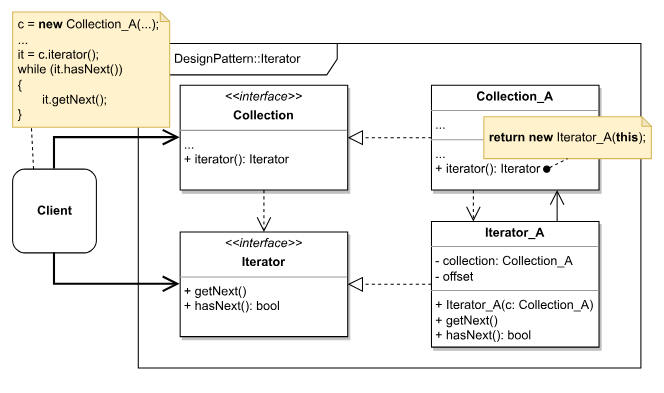
This is Iterator/Iterator.svg from safar-jn/design-patterns, a draw.io export, as it was before one commit. Source tidied: cells renumbered, new cells last; positions are measured from the earlier drawing's top-left corner, leaving out a move shared by most shapes. Its diagram source:
```xml
<mxGraphModel>
  <root>
    <mxCell id="0" />
    <mxCell id="1" parent="0" />
    <mxCell id="2" style="rounded=0;whiteSpace=wrap;html=1;strokeColor=none;" parent="1" vertex="1">
      <mxGeometry width="630" height="370" as="geometry" />
    </mxCell>
    <mxCell id="3" value="DesignPattern::Iterator" style="shape=umlFrame;whiteSpace=wrap;html=1;width=190;height=30;" parent="1" vertex="1">
      <mxGeometry x="130" y="40" width="480" height="310" as="geometry" />
    </mxCell>
    <mxCell id="4" value="&lt;p style=&quot;margin: 4px 0px 0px; text-align: center;&quot;&gt;&lt;i&gt;&amp;lt;&amp;lt;interface&amp;gt;&amp;gt;&lt;/i&gt;&lt;/p&gt;&lt;p style=&quot;margin: 4px 0px 0px; text-align: center;&quot;&gt;&lt;b&gt;Collection&lt;/b&gt;&lt;/p&gt;&lt;hr size=&quot;1&quot;&gt;&lt;p style=&quot;margin: 0px 0px 0px 4px;&quot;&gt;&lt;/p&gt;&lt;p style=&quot;margin: 0px 0px 0px 4px;&quot;&gt;...&lt;/p&gt;&lt;p style=&quot;margin: 0px 0px 0px 4px;&quot;&gt;+ iterator(): Iterator&lt;/p&gt;&lt;p style=&quot;margin: 0px 0px 0px 4px;&quot;&gt;&lt;br&gt;&lt;/p&gt;" style="verticalAlign=top;align=left;overflow=fill;fontSize=12;fontFamily=Helvetica;html=1;shadow=1;" parent="1" vertex="1">
      <mxGeometry x="170" y="80" width="160" height="100" as="geometry" />
    </mxCell>
    <mxCell id="5" value="&lt;b&gt;Client&lt;/b&gt;" style="html=1;shadow=0;rounded=1;" parent="1" vertex="1">
      <mxGeometry x="10" y="160" width="80" height="80" as="geometry" />
    </mxCell>
    <mxCell id="6" style="endArrow=open;endFill=1;endSize=12;html=1;rounded=0;entryX=0;entryY=0.5;entryDx=0;entryDy=0;strokeWidth=2;exitX=0.5;exitY=0;exitDx=0;exitDy=0;" parent="1" edge="1" source="5" target="4">
      <mxGeometry relative="1" as="geometry">
        <Array as="points">
          <mxPoint x="50" y="130" />
        </Array>
      </mxGeometry>
    </mxCell>
    <mxCell id="7" value="&lt;p style=&quot;margin: 4px 0px 0px; text-align: center;&quot;&gt;&lt;i&gt;&amp;lt;&amp;lt;interface&amp;gt;&amp;gt;&lt;/i&gt;&lt;/p&gt;&lt;p style=&quot;margin: 4px 0px 0px; text-align: center;&quot;&gt;&lt;b&gt;Iterator&lt;/b&gt;&lt;/p&gt;&lt;hr size=&quot;1&quot;&gt;&lt;p style=&quot;margin: 0px 0px 0px 4px;&quot;&gt;&lt;/p&gt;&lt;p style=&quot;margin: 0px 0px 0px 4px;&quot;&gt;+ getNext()&lt;/p&gt;&lt;p style=&quot;margin: 0px 0px 0px 4px;&quot;&gt;+ hasNext(): bool&lt;/p&gt;" style="verticalAlign=top;align=left;overflow=fill;fontSize=12;fontFamily=Helvetica;html=1;shadow=1;" parent="1" vertex="1">
      <mxGeometry x="170" y="220" width="160" height="100" as="geometry" />
    </mxCell>
    <mxCell id="8" style="endArrow=open;endFill=1;endSize=12;html=1;rounded=0;entryX=0;entryY=0.5;entryDx=0;entryDy=0;strokeWidth=2;exitX=0.5;exitY=1;exitDx=0;exitDy=0;" parent="1" edge="1" source="5" target="7">
      <mxGeometry relative="1" as="geometry">
        <Array as="points">
          <mxPoint x="50" y="270" />
        </Array>
      </mxGeometry>
    </mxCell>
    <mxCell id="9" value="&lt;p style=&quot;margin:0px;margin-top:4px;text-align:center;&quot;&gt;&lt;b style=&quot;background-color: initial;&quot;&gt;Collection_A&lt;/b&gt;&lt;br&gt;&lt;/p&gt;&lt;hr size=&quot;1&quot;&gt;&lt;p style=&quot;margin:0px;margin-left:4px;&quot;&gt;&lt;/p&gt;&lt;p style=&quot;margin:0px;margin-left:4px;&quot;&gt;...&lt;/p&gt;&lt;hr size=&quot;1&quot;&gt;&lt;p style=&quot;margin: 0px 0px 0px 4px;&quot;&gt;&lt;/p&gt;&lt;p style=&quot;margin: 0px 0px 0px 4px;&quot;&gt;&lt;span style=&quot;background-color: initial;&quot;&gt;...&lt;/span&gt;&lt;/p&gt;&lt;p style=&quot;margin: 0px 0px 0px 4px;&quot;&gt;&lt;span style=&quot;background-color: initial;&quot;&gt;+ iterator(): Iterator&lt;/span&gt;&lt;br&gt;&lt;/p&gt;&lt;p style=&quot;margin: 0px 0px 0px 4px;&quot;&gt;&lt;/p&gt;" style="verticalAlign=top;align=left;overflow=fill;fontSize=12;fontFamily=Helvetica;html=1;shadow=1;" parent="1" vertex="1">
      <mxGeometry x="410" y="80" width="160" height="100" as="geometry" />
    </mxCell>
    <mxCell id="10" value="&lt;p style=&quot;margin:0px;margin-top:4px;text-align:center;&quot;&gt;&lt;b style=&quot;background-color: initial;&quot;&gt;Iterator_A&lt;/b&gt;&lt;br&gt;&lt;/p&gt;&lt;hr size=&quot;1&quot;&gt;&lt;p style=&quot;margin:0px;margin-left:4px;&quot;&gt;&lt;/p&gt;&lt;p style=&quot;margin:0px;margin-left:4px;&quot;&gt;- collection: Collection_A&lt;/p&gt;&lt;p style=&quot;margin:0px;margin-left:4px;&quot;&gt;- offset&lt;/p&gt;&lt;hr size=&quot;1&quot;&gt;&lt;p style=&quot;margin: 0px 0px 0px 4px;&quot;&gt;&lt;/p&gt;&lt;p style=&quot;margin: 0px 0px 0px 4px;&quot;&gt;+ Iterator_A(c: Collection_A)&lt;/p&gt;&lt;p style=&quot;margin: 0px 0px 0px 4px;&quot;&gt;&lt;span style=&quot;background-color: initial;&quot;&gt;+ getNext()&lt;/span&gt;&lt;br&gt;&lt;/p&gt;&lt;p style=&quot;margin: 0px 0px 0px 4px;&quot;&gt;+ hasNext(): bool&lt;/p&gt;" style="verticalAlign=top;align=left;overflow=fill;fontSize=12;fontFamily=Helvetica;html=1;shadow=1;" parent="1" vertex="1">
      <mxGeometry x="410" y="210" width="160" height="120" as="geometry" />
    </mxCell>
    <mxCell id="11" style="endArrow=open;endSize=12;dashed=1;html=1;rounded=0;strokeWidth=1;entryX=0.5;entryY=0;entryDx=0;entryDy=0;" parent="1" edge="1" target="7">
      <mxGeometry y="40" relative="1" as="geometry">
        <mxPoint x="250" y="180" as="sourcePoint" />
      </mxGeometry>
    </mxCell>
    <mxCell id="12" style="endArrow=block;dashed=1;endFill=0;endSize=12;html=1;rounded=0;strokeWidth=1;entryX=1;entryY=0.5;entryDx=0;entryDy=0;exitX=0;exitY=0.5;exitDx=0;exitDy=0;" parent="1" edge="1" source="10" target="7">
      <mxGeometry relative="1" as="geometry" />
    </mxCell>
    <mxCell id="13" style="endArrow=block;dashed=1;endFill=0;endSize=12;html=1;rounded=0;strokeWidth=1;entryX=1;entryY=0.5;entryDx=0;entryDy=0;exitX=0;exitY=0.5;exitDx=0;exitDy=0;" parent="1" edge="1" source="9" target="4">
      <mxGeometry relative="1" as="geometry" />
    </mxCell>
    <mxCell id="14" style="endArrow=open;endSize=12;dashed=1;html=1;rounded=0;strokeWidth=1;entryX=0.25;entryY=0;entryDx=0;entryDy=0;exitX=0.25;exitY=1;exitDx=0;exitDy=0;" parent="1" edge="1" source="9" target="10">
      <mxGeometry y="40" relative="1" as="geometry" />
    </mxCell>
    <mxCell id="15" style="endArrow=open;endSize=12;html=1;rounded=0;strokeWidth=1;entryX=0.75;entryY=1;entryDx=0;entryDy=0;exitX=0.75;exitY=0;exitDx=0;exitDy=0;" parent="1" edge="1" source="10" target="9">
      <mxGeometry y="40" relative="1" as="geometry" />
    </mxCell>
    <mxCell id="16" value="&amp;nbsp;&lt;b&gt;return new &lt;/b&gt;Iterator_A(&lt;b&gt;this&lt;/b&gt;);" style="shape=note;whiteSpace=wrap;html=1;backgroundOutline=1;darkOpacity=0.05;rounded=1;shadow=0;fillColor=#fff2cc;strokeColor=#d6b656;size=9;align=left;" parent="1" vertex="1">
      <mxGeometry x="460" y="110" width="160" height="40" as="geometry" />
    </mxCell>
    <mxCell id="17" style="endArrow=none;dashed=1;html=1;rounded=0;strokeWidth=1;startArrow=oval;startFill=1;exitX=0.688;exitY=0.8;exitDx=0;exitDy=0;exitPerimeter=0;entryX=0.5;entryY=1;entryDx=0;entryDy=0;entryPerimeter=0;" parent="1" edge="1" source="9" target="16">
      <mxGeometry relative="1" as="geometry" />
    </mxCell>
    <mxCell id="18" value="&amp;nbsp;c = &lt;b&gt;new &lt;/b&gt;Collection_A(...);&lt;br&gt;&amp;nbsp;...&lt;br&gt;&amp;nbsp;it = c.iterator();&lt;br&gt;&amp;nbsp;while (it.hasNext())&lt;br&gt;&amp;nbsp;{&lt;br&gt;&lt;span style=&quot;white-space: pre;&quot;&gt;&#9;&lt;/span&gt;it.getNext();&lt;br&gt;&amp;nbsp;}" style="shape=note;whiteSpace=wrap;html=1;backgroundOutline=1;darkOpacity=0.05;rounded=1;shadow=0;fillColor=#fff2cc;strokeColor=#d6b656;size=9;align=left;" parent="1" vertex="1">
      <mxGeometry x="10" y="10" width="150" height="110" as="geometry" />
    </mxCell>
    <mxCell id="19" style="endArrow=none;dashed=1;html=1;rounded=0;exitX=0.25;exitY=0;exitDx=0;exitDy=0;entryX=0.12;entryY=1.009;entryDx=0;entryDy=0;entryPerimeter=0;" parent="1" edge="1" source="5" target="18">
      <mxGeometry relative="1" as="geometry" />
    </mxCell>
  </root>
</mxGraphModel>
```
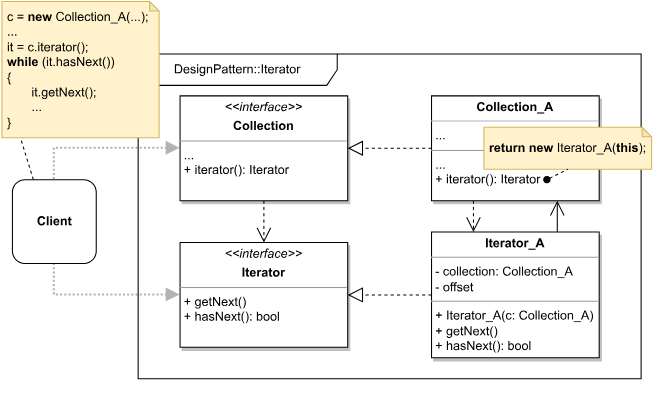
Above is the later version.

Change to the diagram source:
```diff
@@ -5,6 +5,20 @@
     <mxCell id="2" style="rounded=0;whiteSpace=wrap;html=1;strokeColor=none;" parent="1" vertex="1">
       <mxGeometry width="630" height="370" as="geometry" />
     </mxCell>
+    <mxCell id="6" style="endArrow=block;endFill=1;endSize=8;html=1;rounded=0;entryX=0;entryY=0.5;entryDx=0;entryDy=0;strokeWidth=2;exitX=0.5;exitY=0;exitDx=0;exitDy=0;fontSize=12;strokeColor=#B3B3B3;startSize=14;shadow=0;sketch=0;dashed=1;dashPattern=1 1;" parent="1" edge="1" source="5" target="4">
+      <mxGeometry relative="1" as="geometry">
+        <Array as="points">
+          <mxPoint x="50" y="130" />
+        </Array>
+      </mxGeometry>
+    </mxCell>
+    <mxCell id="8" style="endArrow=block;endFill=1;endSize=8;html=1;rounded=0;entryX=0;entryY=0.5;entryDx=0;entryDy=0;strokeWidth=2;exitX=0.5;exitY=1;exitDx=0;exitDy=0;fontSize=12;strokeColor=#B3B3B3;startSize=14;shadow=0;sketch=0;dashed=1;dashPattern=1 1;" parent="1" edge="1" source="5" target="7">
+      <mxGeometry relative="1" as="geometry">
+        <Array as="points">
+          <mxPoint x="50" y="270" />
+        </Array>
+      </mxGeometry>
+    </mxCell>
     <mxCell id="3" value="DesignPattern::Iterator" style="shape=umlFrame;whiteSpace=wrap;html=1;width=190;height=30;" parent="1" vertex="1">
       <mxGeometry x="130" y="40" width="480" height="310" as="geometry" />
     </mxCell>
@@ -14,34 +28,20 @@
     <mxCell id="5" value="&lt;b&gt;Client&lt;/b&gt;" style="html=1;shadow=0;rounded=1;" parent="1" vertex="1">
       <mxGeometry x="10" y="160" width="80" height="80" as="geometry" />
     </mxCell>
-    <mxCell id="6" style="endArrow=open;endFill=1;endSize=12;html=1;rounded=0;entryX=0;entryY=0.5;entryDx=0;entryDy=0;strokeWidth=2;exitX=0.5;exitY=0;exitDx=0;exitDy=0;" parent="1" edge="1" source="5" target="4">
-      <mxGeometry relative="1" as="geometry">
-        <Array as="points">
-          <mxPoint x="50" y="130" />
-        </Array>
-      </mxGeometry>
-    </mxCell>
     <mxCell id="7" value="&lt;p style=&quot;margin: 4px 0px 0px; text-align: center;&quot;&gt;&lt;i&gt;&amp;lt;&amp;lt;interface&amp;gt;&amp;gt;&lt;/i&gt;&lt;/p&gt;&lt;p style=&quot;margin: 4px 0px 0px; text-align: center;&quot;&gt;&lt;b&gt;Iterator&lt;/b&gt;&lt;/p&gt;&lt;hr size=&quot;1&quot;&gt;&lt;p style=&quot;margin: 0px 0px 0px 4px;&quot;&gt;&lt;/p&gt;&lt;p style=&quot;margin: 0px 0px 0px 4px;&quot;&gt;+ getNext()&lt;/p&gt;&lt;p style=&quot;margin: 0px 0px 0px 4px;&quot;&gt;+ hasNext(): bool&lt;/p&gt;" style="verticalAlign=top;align=left;overflow=fill;fontSize=12;fontFamily=Helvetica;html=1;shadow=1;" parent="1" vertex="1">
       <mxGeometry x="170" y="220" width="160" height="100" as="geometry" />
     </mxCell>
-    <mxCell id="8" style="endArrow=open;endFill=1;endSize=12;html=1;rounded=0;entryX=0;entryY=0.5;entryDx=0;entryDy=0;strokeWidth=2;exitX=0.5;exitY=1;exitDx=0;exitDy=0;" parent="1" edge="1" source="5" target="7">
-      <mxGeometry relative="1" as="geometry">
-        <Array as="points">
-          <mxPoint x="50" y="270" />
-        </Array>
-      </mxGeometry>
-    </mxCell>
     <mxCell id="9" value="&lt;p style=&quot;margin:0px;margin-top:4px;text-align:center;&quot;&gt;&lt;b style=&quot;background-color: initial;&quot;&gt;Collection_A&lt;/b&gt;&lt;br&gt;&lt;/p&gt;&lt;hr size=&quot;1&quot;&gt;&lt;p style=&quot;margin:0px;margin-left:4px;&quot;&gt;&lt;/p&gt;&lt;p style=&quot;margin:0px;margin-left:4px;&quot;&gt;...&lt;/p&gt;&lt;hr size=&quot;1&quot;&gt;&lt;p style=&quot;margin: 0px 0px 0px 4px;&quot;&gt;&lt;/p&gt;&lt;p style=&quot;margin: 0px 0px 0px 4px;&quot;&gt;&lt;span style=&quot;background-color: initial;&quot;&gt;...&lt;/span&gt;&lt;/p&gt;&lt;p style=&quot;margin: 0px 0px 0px 4px;&quot;&gt;&lt;span style=&quot;background-color: initial;&quot;&gt;+ iterator(): Iterator&lt;/span&gt;&lt;br&gt;&lt;/p&gt;&lt;p style=&quot;margin: 0px 0px 0px 4px;&quot;&gt;&lt;/p&gt;" style="verticalAlign=top;align=left;overflow=fill;fontSize=12;fontFamily=Helvetica;html=1;shadow=1;" parent="1" vertex="1">
       <mxGeometry x="410" y="80" width="160" height="100" as="geometry" />
     </mxCell>
     <mxCell id="10" value="&lt;p style=&quot;margin:0px;margin-top:4px;text-align:center;&quot;&gt;&lt;b style=&quot;background-color: initial;&quot;&gt;Iterator_A&lt;/b&gt;&lt;br&gt;&lt;/p&gt;&lt;hr size=&quot;1&quot;&gt;&lt;p style=&quot;margin:0px;margin-left:4px;&quot;&gt;&lt;/p&gt;&lt;p style=&quot;margin:0px;margin-left:4px;&quot;&gt;- collection: Collection_A&lt;/p&gt;&lt;p style=&quot;margin:0px;margin-left:4px;&quot;&gt;- offset&lt;/p&gt;&lt;hr size=&quot;1&quot;&gt;&lt;p style=&quot;margin: 0px 0px 0px 4px;&quot;&gt;&lt;/p&gt;&lt;p style=&quot;margin: 0px 0px 0px 4px;&quot;&gt;+ Iterator_A(c: Collection_A)&lt;/p&gt;&lt;p style=&quot;margin: 0px 0px 0px 4px;&quot;&gt;&lt;span style=&quot;background-color: initial;&quot;&gt;+ getNext()&lt;/span&gt;&lt;br&gt;&lt;/p&gt;&lt;p style=&quot;margin: 0px 0px 0px 4px;&quot;&gt;+ hasNext(): bool&lt;/p&gt;" style="verticalAlign=top;align=left;overflow=fill;fontSize=12;fontFamily=Helvetica;html=1;shadow=1;" parent="1" vertex="1">
       <mxGeometry x="410" y="210" width="160" height="120" as="geometry" />
     </mxCell>
-    <mxCell id="11" style="endArrow=open;endSize=12;dashed=1;html=1;rounded=0;strokeWidth=1;entryX=0.5;entryY=0;entryDx=0;entryDy=0;" parent="1" edge="1" target="7">
-      <mxGeometry y="40" relative="1" as="geometry">
-        <mxPoint x="250" y="180" as="sourcePoint" />
-      </mxGeometry>
-    </mxCell>
+    <mxCell id="20" style="endArrow=open;endSize=12;dashed=1;html=1;rounded=0;strokeWidth=1;entryX=0.5;entryY=0;entryDx=0;entryDy=0;" parent="1" edge="1" target="7">
+      <mxGeometry y="40" relative="1" as="geometry">
+        <mxPoint x="250" y="180" as="sourcePoint" />
+      </mxGeometry>
+    </mxCell>
     <mxCell id="12" style="endArrow=block;dashed=1;endFill=0;endSize=12;html=1;rounded=0;strokeWidth=1;entryX=1;entryY=0.5;entryDx=0;entryDy=0;exitX=0;exitY=0.5;exitDx=0;exitDy=0;" parent="1" edge="1" source="10" target="7">
       <mxGeometry relative="1" as="geometry" />
     </mxCell>
@@ -60,11 +60,11 @@
     <mxCell id="17" style="endArrow=none;dashed=1;html=1;rounded=0;strokeWidth=1;startArrow=oval;startFill=1;exitX=0.688;exitY=0.8;exitDx=0;exitDy=0;exitPerimeter=0;entryX=0.5;entryY=1;entryDx=0;entryDy=0;entryPerimeter=0;" parent="1" edge="1" source="9" target="16">
       <mxGeometry relative="1" as="geometry" />
     </mxCell>
-    <mxCell id="18" value="&amp;nbsp;c = &lt;b&gt;new &lt;/b&gt;Collection_A(...);&lt;br&gt;&amp;nbsp;...&lt;br&gt;&amp;nbsp;it = c.iterator();&lt;br&gt;&amp;nbsp;while (it.hasNext())&lt;br&gt;&amp;nbsp;{&lt;br&gt;&lt;span style=&quot;white-space: pre;&quot;&gt;&#9;&lt;/span&gt;it.getNext();&lt;br&gt;&amp;nbsp;}" style="shape=note;whiteSpace=wrap;html=1;backgroundOutline=1;darkOpacity=0.05;rounded=1;shadow=0;fillColor=#fff2cc;strokeColor=#d6b656;size=9;align=left;" parent="1" vertex="1">
-      <mxGeometry x="10" y="10" width="150" height="110" as="geometry" />
-    </mxCell>
-    <mxCell id="19" style="endArrow=none;dashed=1;html=1;rounded=0;exitX=0.25;exitY=0;exitDx=0;exitDy=0;entryX=0.12;entryY=1.009;entryDx=0;entryDy=0;entryPerimeter=0;" parent="1" edge="1" source="5" target="18">
-      <mxGeometry relative="1" as="geometry" />
-    </mxCell>
+    <mxCell id="21" value="&amp;nbsp;c = &lt;b&gt;new &lt;/b&gt;Collection_A(...);&lt;br&gt;&amp;nbsp;...&lt;br&gt;&amp;nbsp;it = c.iterator();&lt;br&gt;&amp;nbsp;&lt;b&gt;while &lt;/b&gt;(it.hasNext())&lt;br&gt;&amp;nbsp;{&lt;br&gt;&lt;span style=&quot;&quot;&gt;&#9;&lt;/span&gt;&lt;span style=&quot;border-color: var(--border-color);&quot;&gt;&#9;&lt;/span&gt;&lt;span style=&quot;white-space: pre;&quot;&gt;&#9;&lt;/span&gt;it.getNext();&lt;br style=&quot;border-color: var(--border-color);&quot;&gt;&lt;span style=&quot;&quot;&gt;&#9;&lt;/span&gt;&lt;span style=&quot;white-space: pre;&quot;&gt;&#9;&lt;/span&gt;...&lt;br&gt;&amp;nbsp;}" style="shape=note;whiteSpace=wrap;html=1;backgroundOutline=1;darkOpacity=0.05;rounded=1;shadow=0;fillColor=#fff2cc;strokeColor=#d6b656;size=9;align=left;" parent="1" vertex="1">
+      <mxGeometry y="-10" width="150" height="130" as="geometry" />
+    </mxCell>
+    <mxCell id="22" style="endArrow=none;dashed=1;html=1;rounded=0;exitX=0.25;exitY=0;exitDx=0;exitDy=0;entryX=0.12;entryY=1.009;entryDx=0;entryDy=0;entryPerimeter=0;" parent="1" edge="1" source="5" target="21">
+      <mxGeometry relative="1" as="geometry" />
+    </mxCell>
   </root>
 </mxGraphModel>
```
